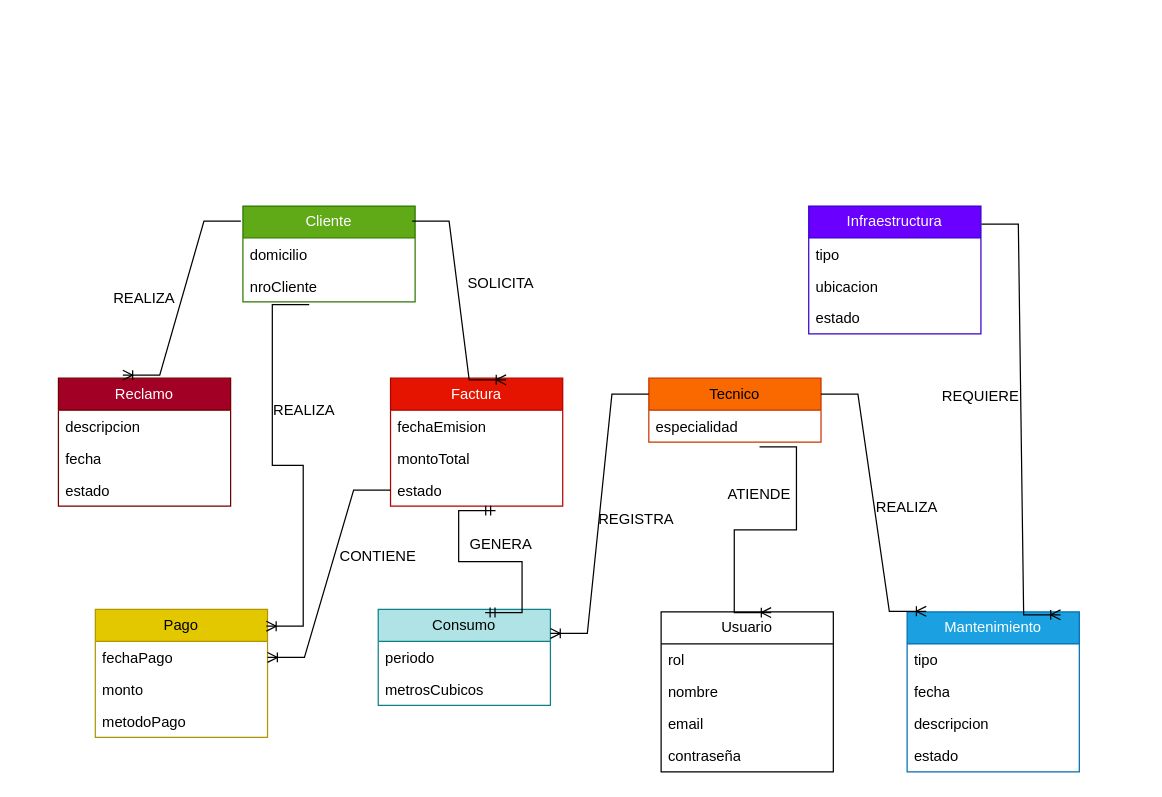
Before: diagramaClases-proyecto.drawio in MateoBorrero8/Yo., a draw.io diagram. Source tidied: cells renumbered, new cells numbered last; positions are measured from the earlier drawing's top-left corner, leaving out a move shared by most shapes. Both pictures are drawn from the tidied source at 123%, with x=0, y=0 at pixel (58, 205).
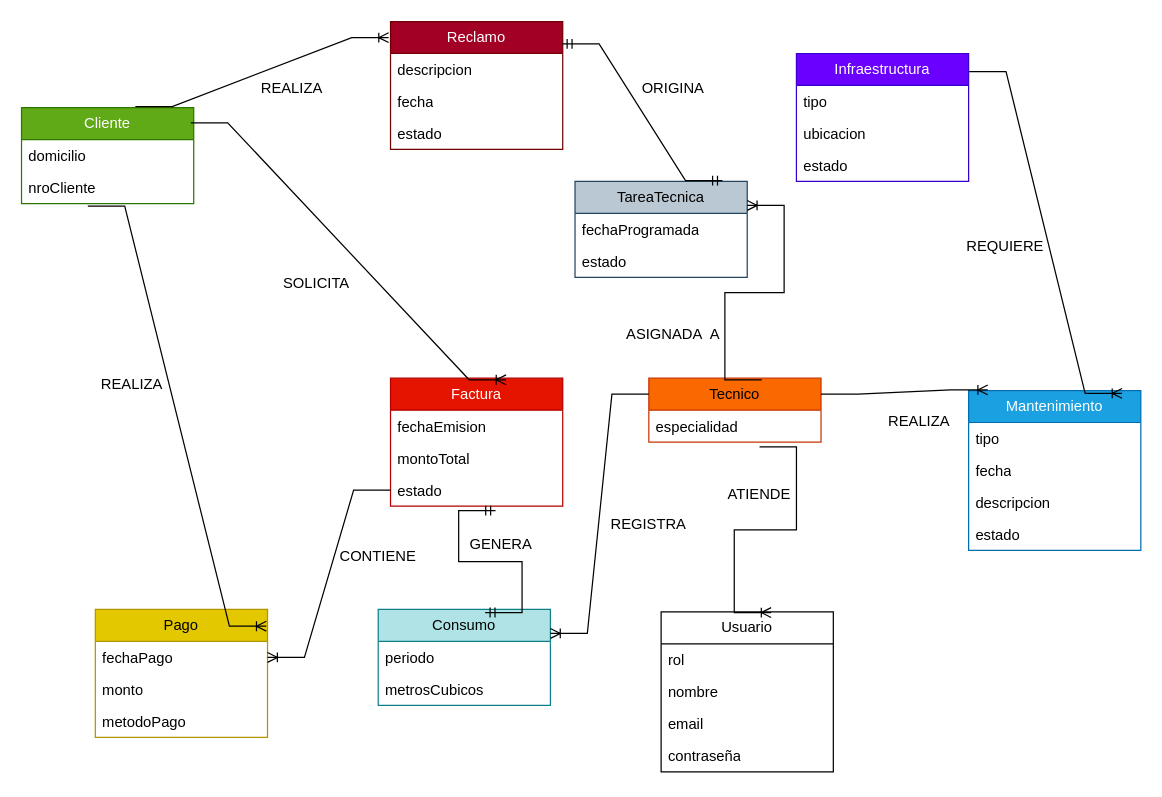
After the change.

Unchanged cells that the change refers to:
```xml
<mxCell id="20" value="Tecnico" style="swimlane;fontStyle=0;horizontal=1;startSize=26;fillColor=#fa6800;whiteSpace=wrap;html=1;fontColor=#000000;strokeColor=#C73500;" parent="1" vertex="1">
  <mxGeometry x="480" y="140" width="140" height="52" as="geometry" />
</mxCell>
```

What changed in the source:
```diff
@@
     <mxCell id="2" value="Cliente" style="swimlane;fontStyle=0;horizontal=1;startSize=26;fillColor=#60a917;whiteSpace=wrap;html=1;fontColor=#ffffff;strokeColor=#2D7600;" parent="1" vertex="1">
-      <mxGeometry x="150" width="140" height="78" as="geometry" />
+      <mxGeometry x="-30" y="-80" width="140" height="78" as="geometry" />
     </mxCell>
@@
     <mxCell id="5" value="Reclamo" style="swimlane;fontStyle=0;horizontal=1;startSize=26;fillColor=#a20025;whiteSpace=wrap;html=1;fontColor=#ffffff;strokeColor=#6F0000;" parent="1" vertex="1">
-      <mxGeometry y="140" width="140" height="104" as="geometry" />
+      <mxGeometry x="270" y="-150" width="140" height="104" as="geometry" />
     </mxCell>
@@
     <mxCell id="27" value="Infraestructura" style="swimlane;fontStyle=0;horizontal=1;startSize=26;fillColor=#6a00ff;whiteSpace=wrap;html=1;fontColor=#ffffff;strokeColor=#3700CC;" parent="1" vertex="1">
-      <mxGeometry x="610" width="140" height="104" as="geometry" />
+      <mxGeometry x="600" y="-124" width="140" height="104" as="geometry" />
     </mxCell>
@@
     <mxCell id="31" value="Mantenimiento" style="swimlane;fontStyle=0;horizontal=1;startSize=26;fillColor=#1ba1e2;whiteSpace=wrap;html=1;fontColor=#ffffff;strokeColor=#006EAF;" parent="1" vertex="1">
-      <mxGeometry x="690" y="330" width="140" height="130" as="geometry" />
+      <mxGeometry x="740" y="150" width="140" height="130" as="geometry" />
     </mxCell>
@@
-    <mxCell id="36" style="edgeStyle=entityRelationEdgeStyle;fontSize=12;html=1;endArrow=ERoneToMany;rounded=0;exitX=-0.012;exitY=0.158;exitDx=0;exitDy=0;exitPerimeter=0;entryX=0.374;entryY=-0.024;entryDx=0;entryDy=0;entryPerimeter=0;" parent="1" edge="1" source="2" target="5">
+    <mxCell id="36" style="edgeStyle=entityRelationEdgeStyle;fontSize=12;html=1;endArrow=ERoneToMany;rounded=0;exitX=0.661;exitY=-0.011;exitDx=0;exitDy=0;exitPerimeter=0;entryX=-0.011;entryY=0.126;entryDx=0;entryDy=0;entryPerimeter=0;" parent="1" edge="1" source="2" target="5">
       <mxGeometry relative="1" as="geometry" />
     </mxCell>
@@
     <mxCell id="45" value="REALIZA" style="text;html=1;align=center;verticalAlign=middle;whiteSpace=wrap;rounded=0;" parent="1" vertex="1">
-      <mxGeometry x="40" y="60" width="60" height="30" as="geometry" />
+      <mxGeometry x="160" y="-110" width="60" height="30" as="geometry" />
     </mxCell>
     <mxCell id="46" value="SOLICITA" style="text;html=1;align=center;verticalAlign=middle;whiteSpace=wrap;rounded=0;" parent="1" vertex="1">
-      <mxGeometry x="330" y="48" width="60" height="30" as="geometry" />
+      <mxGeometry x="180" y="48" width="60" height="30" as="geometry" />
     </mxCell>
     <mxCell id="47" value="REALIZA" style="text;html=1;align=center;verticalAlign=middle;whiteSpace=wrap;rounded=0;" parent="1" vertex="1">
-      <mxGeometry x="170" y="151" width="60" height="30" as="geometry" />
+      <mxGeometry x="30" y="130" width="60" height="30" as="geometry" />
     </mxCell>
@@
     <mxCell id="50" value="REGISTRA" style="text;html=1;align=center;verticalAlign=middle;whiteSpace=wrap;rounded=0;" parent="1" vertex="1">
-      <mxGeometry x="440" y="240" width="60" height="30" as="geometry" />
+      <mxGeometry x="450" y="244" width="60" height="30" as="geometry" />
     </mxCell>
@@
     <mxCell id="52" value="REALIZA" style="text;html=1;align=center;verticalAlign=middle;whiteSpace=wrap;rounded=0;" parent="1" vertex="1">
-      <mxGeometry x="660" y="230" width="60" height="30" as="geometry" />
+      <mxGeometry x="670" y="160" width="60" height="30" as="geometry" />
     </mxCell>
     <mxCell id="53" value="REQUIERE" style="text;html=1;align=center;verticalAlign=middle;whiteSpace=wrap;rounded=0;" parent="1" vertex="1">
-      <mxGeometry x="720" y="140" width="60" height="30" as="geometry" />
+      <mxGeometry x="740" y="18" width="60" height="30" as="geometry" />
     </mxCell>
+    <mxCell id="54" value="TareaTecnica" style="swimlane;fontStyle=0;horizontal=1;startSize=26;fillColor=#bac8d3;whiteSpace=wrap;html=1;strokeColor=#23445d;" parent="1" vertex="1">
+      <mxGeometry x="420" y="-20" width="140" height="78" as="geometry" />
+    </mxCell>
+    <mxCell id="55" value="fechaProgramada" style="text;strokeColor=none;fillColor=none;align=left;verticalAlign=top;spacingLeft=4;spacingRight=4;overflow=hidden;whiteSpace=wrap;html=1;" parent="54" vertex="1">
+      <mxGeometry y="26" width="140" height="26" as="geometry" />
+    </mxCell>
+    <mxCell id="56" value="estado" style="text;strokeColor=none;fillColor=none;align=left;verticalAlign=top;spacingLeft=4;spacingRight=4;overflow=hidden;whiteSpace=wrap;html=1;" parent="54" vertex="1">
+      <mxGeometry y="52" width="140" height="26" as="geometry" />
+    </mxCell>
+    <mxCell id="57" style="edgeStyle=entityRelationEdgeStyle;fontSize=12;html=1;endArrow=ERmandOne;startArrow=ERmandOne;rounded=0;exitX=0.997;exitY=0.175;exitDx=0;exitDy=0;exitPerimeter=0;entryX=0.856;entryY=-0.008;entryDx=0;entryDy=0;entryPerimeter=0;" parent="1" edge="1" source="5" target="54">
+      <mxGeometry relative="1" as="geometry" />
+    </mxCell>
+    <mxCell id="58" style="edgeStyle=entityRelationEdgeStyle;fontSize=12;html=1;endArrow=ERoneToMany;rounded=0;exitX=0.656;exitY=0.024;exitDx=0;exitDy=0;exitPerimeter=0;entryX=1;entryY=0.25;entryDx=0;entryDy=0;" parent="1" edge="1" source="20" target="54">
+      <mxGeometry relative="1" as="geometry" />
+    </mxCell>
+    <mxCell id="59" value="ORIGINA" style="text;html=1;align=center;verticalAlign=middle;whiteSpace=wrap;rounded=0;" parent="1" vertex="1">
+      <mxGeometry x="470" y="-110" width="60" height="30" as="geometry" />
+    </mxCell>
+    <mxCell id="60" value="ASIGNADA&amp;nbsp; A" style="text;html=1;align=center;verticalAlign=middle;whiteSpace=wrap;rounded=0;" parent="1" vertex="1">
+      <mxGeometry x="460" y="90" width="80" height="30" as="geometry" />
+    </mxCell>
```
